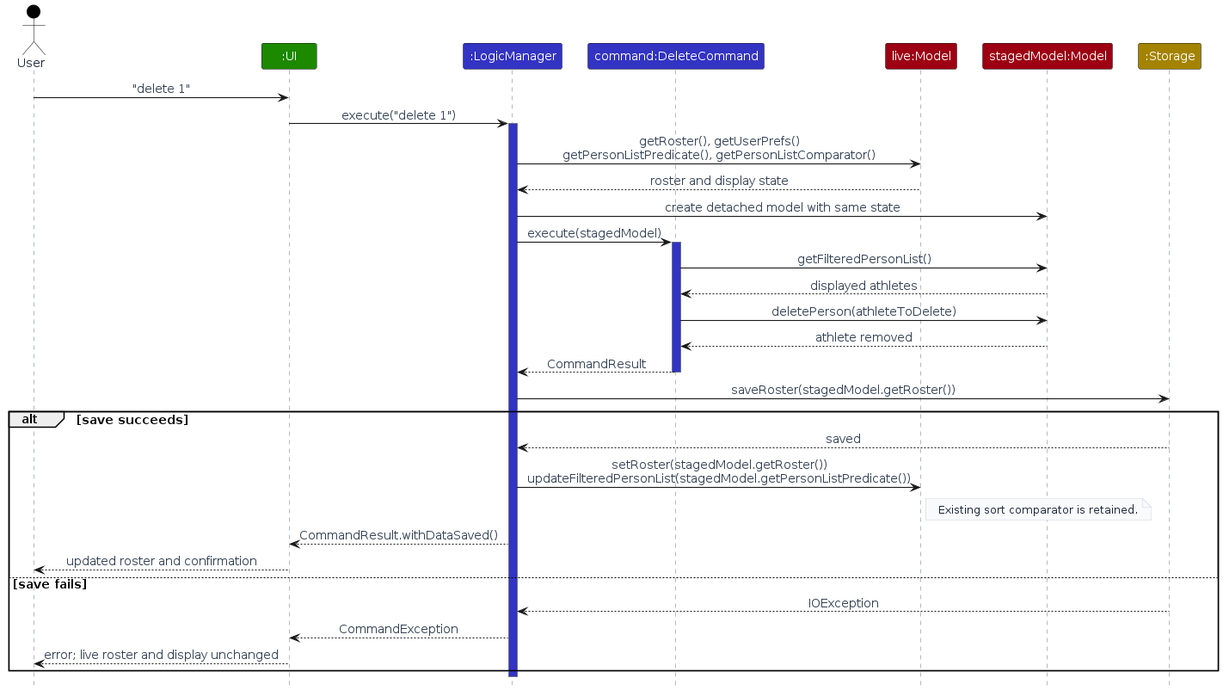
Above: diagrams/ArchitectureSequenceDiagram.png in AY2627S1-CS2103T-T17-2/tp (PlantUML), before the change. Its source is kept beside it as diagrams/ArchitectureSequenceDiagram.puml.
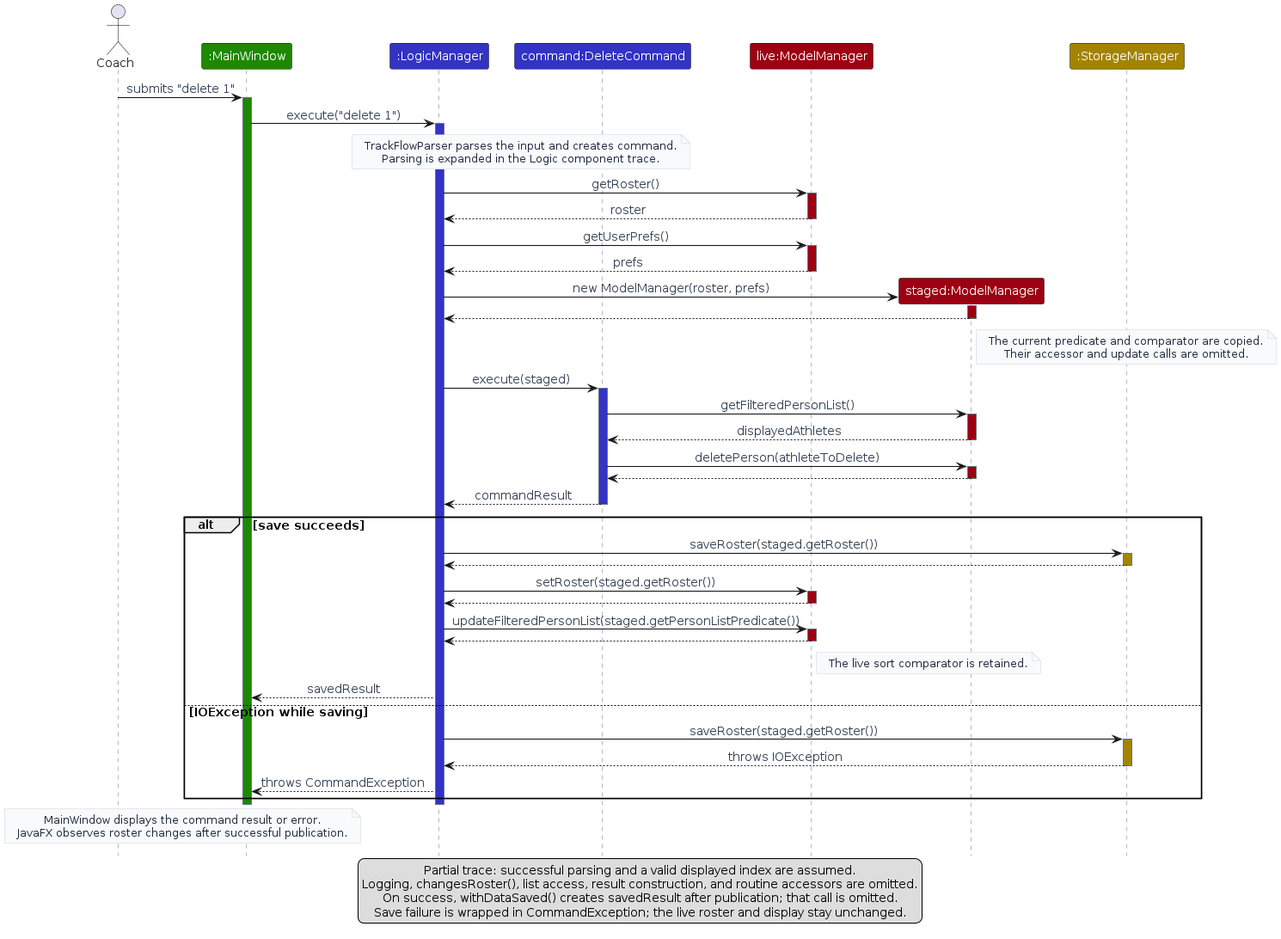
After the commit.

What changed in the source:
```diff
@@ -1,40 +1,82 @@
 @startuml
 !include style.puml
 skinparam ArrowFontStyle plain
-
-actor User as user USER_COLOR
-participant ":UI" as ui UI_COLOR
+actor Coach as coach
+participant ":MainWindow" as ui UI_COLOR
 participant ":LogicManager" as logic LOGIC_COLOR
 participant "command:DeleteCommand" as command LOGIC_COLOR
-participant "live:Model" as model MODEL_COLOR
-participant "stagedModel:Model" as staged MODEL_COLOR
-participant ":Storage" as storage STORAGE_COLOR
-
-user -> ui : "delete 1"
+participant "live:ModelManager" as live MODEL_COLOR
+participant "staged:ModelManager" as staged MODEL_COLOR
+participant ":StorageManager" as storage STORAGE_COLOR
+coach -> ui : submits "delete 1"
+activate ui UI_COLOR
 ui -> logic : execute("delete 1")
 activate logic LOGIC_COLOR
-logic -> model : getRoster(), getUserPrefs()\ngetPersonListPredicate(), getPersonListComparator()
-model --> logic : roster and display state
-logic -> staged : create detached model with same state
-logic -> command : execute(stagedModel)
+note over logic, command
+  TrackFlowParser parses the input and creates command.
+  Parsing is expanded in the Logic component trace.
+end note
+logic -> live : getRoster()
+activate live MODEL_COLOR
+live --> logic : roster
+deactivate live
+logic -> live : getUserPrefs()
+activate live MODEL_COLOR
+live --> logic : prefs
+deactivate live
+create staged
+logic -> staged : new ModelManager(roster, prefs)
+activate staged MODEL_COLOR
+staged --> logic
+deactivate staged
+note right of staged
+  The current predicate and comparator are copied.
+  Their accessor and update calls are omitted.
+end note
+logic -> command : execute(staged)
 activate command LOGIC_COLOR
 command -> staged : getFilteredPersonList()
-staged --> command : displayed athletes
+activate staged MODEL_COLOR
+staged --> command : displayedAthletes
+deactivate staged
 command -> staged : deletePerson(athleteToDelete)
-staged --> command : athlete removed
-command --> logic : CommandResult
+activate staged MODEL_COLOR
+staged --> command
+deactivate staged
+command --> logic : commandResult
 deactivate command
-logic -> storage : saveRoster(stagedModel.getRoster())
 alt save succeeds
-    storage --> logic : saved
-    logic -> model : setRoster(stagedModel.getRoster())\nupdateFilteredPersonList(stagedModel.getPersonListPredicate())
-    note right of model: Existing sort comparator is retained.
-    logic --> ui : CommandResult.withDataSaved()
-    ui --> user : updated roster and confirmation
-else save fails
-    storage --> logic : IOException
-    logic --> ui : CommandException
-    ui --> user : error; live roster and display unchanged
+    logic -> storage : saveRoster(staged.getRoster())
+    activate storage STORAGE_COLOR
+    storage --> logic
+    deactivate storage
+    logic -> live : setRoster(staged.getRoster())
+    activate live MODEL_COLOR
+    live --> logic
+    deactivate live
+    logic -> live : updateFilteredPersonList(staged.getPersonListPredicate())
+    activate live MODEL_COLOR
+    live --> logic
+    deactivate live
+    note right of live: The live sort comparator is retained.
+    logic --> ui : savedResult
+else IOException while saving
+    logic -> storage : saveRoster(staged.getRoster())
+    activate storage STORAGE_COLOR
+    storage --> logic : throws IOException
+    deactivate storage
+    logic --> ui : throws CommandException
 end
 deactivate logic
+deactivate ui
+note over coach, ui
+  MainWindow displays the command result or error.
+  JavaFX observes roster changes after successful publication.
+end note
+legend bottom
+  Partial trace: successful parsing and a valid displayed index are assumed.
+  Logging, changesRoster(), list access, result construction, and routine accessors are omitted.
+  On success, withDataSaved() creates savedResult after publication; that call is omitted.
+  Save failure is wrapped in CommandException; the live roster and display stay unchanged.
+endlegend
 @enduml
```
